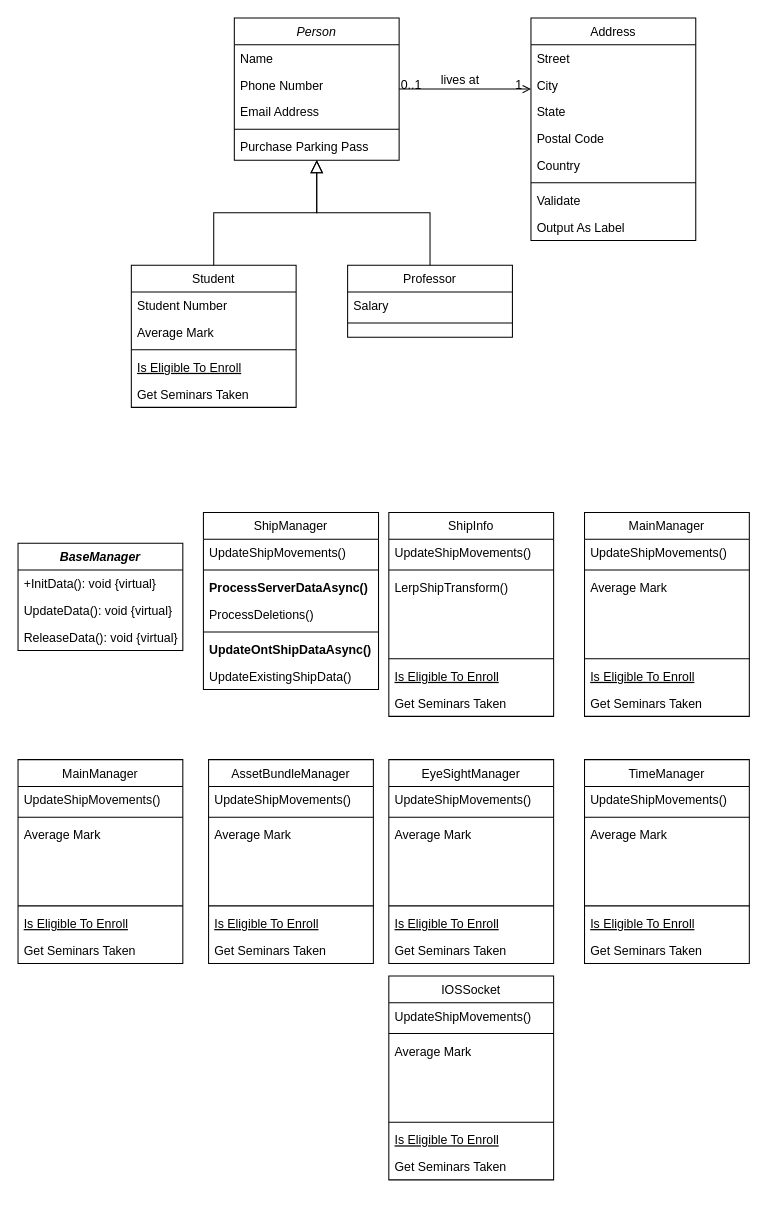
Earlier version of the draw.io diagram MM_Unity6.drawio (duckgoo9/MM-unity6-drawio). Source tidied: cells renumbered, new cells numbered last; positions are measured from the earlier drawing's top-left corner, leaving out a move shared by most shapes. Both pictures are drawn from the tidied source at 103%, with x=0, y=0 at pixel (18, 18).
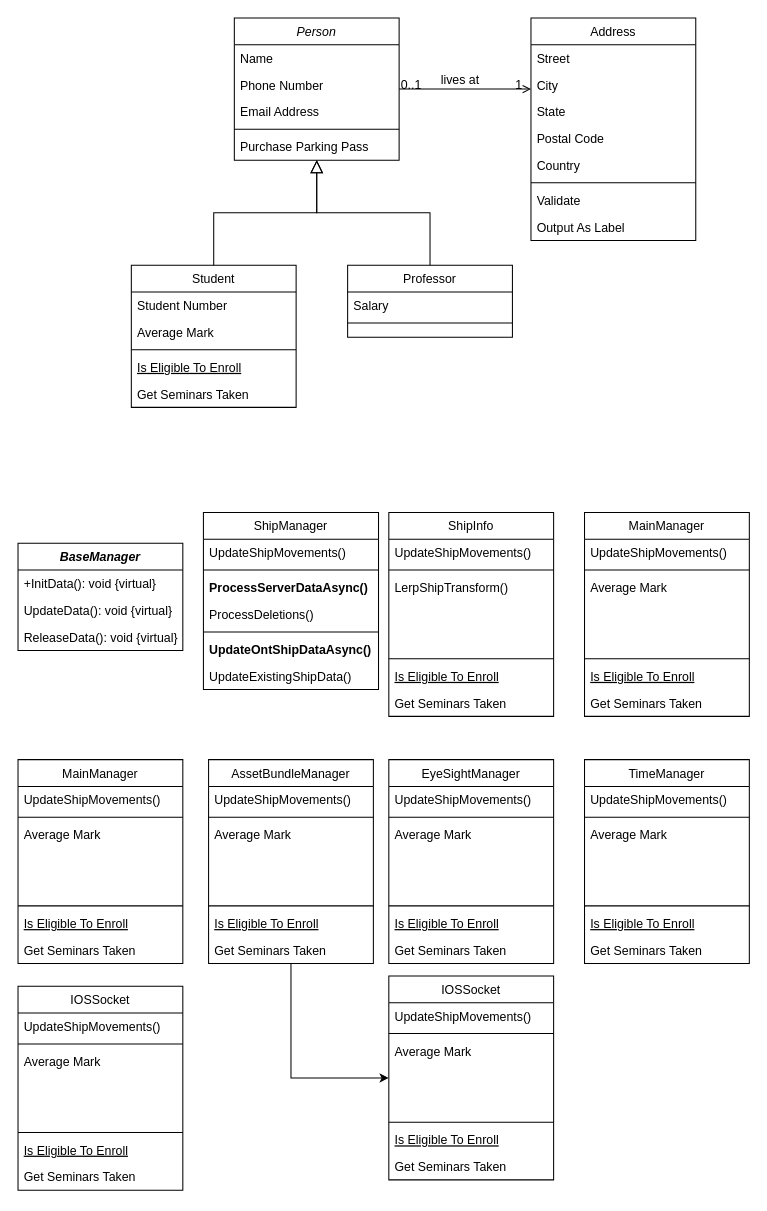
The same page after the edit.

The change refers to these unchanged cells:
```xml
<mxCell id="71" value="AssetBundleManager" style="swimlane;fontStyle=0;align=center;verticalAlign=top;horizontal=1;startSize=26;rounded=0;shadow=0;strokeWidth=1;" parent="1" vertex="1">
  <mxGeometry x="185" y="720" width="160" height="198" as="geometry" />
</mxCell>
<mxCell id="102" style="text;align=left;verticalAlign=top;spacingLeft=4;spacingRight=4;overflow=hidden;points=[[0,0.5],[1,0.5]];portConstraint=eastwest;rounded=0;shadow=0;html=0;" parent="98" vertex="1">
  <mxGeometry y="86" width="160" height="26" as="geometry" />
</mxCell>
```

The edit, as a diff of the source:
```diff
@@
+    <mxCell id="107" style="edgeStyle=orthogonalEdgeStyle;rounded=0;jettySize=auto;html=1;entryX=0;entryY=0.5;entryDx=0;entryDy=0;" parent="1" edge="1" source="71" target="102">
+      <mxGeometry relative="1" as="geometry" />
+    </mxCell>
@@
+    <mxCell id="108" value="IOSSocket" style="swimlane;fontStyle=0;align=center;verticalAlign=top;horizontal=1;startSize=26;rounded=0;shadow=0;strokeWidth=1;" parent="1" vertex="1">
+      <mxGeometry y="940" width="160" height="198" as="geometry" />
+    </mxCell>
+    <mxCell id="109" value="UpdateShipMovements()" style="text;align=left;verticalAlign=top;spacingLeft=4;spacingRight=4;overflow=hidden;" parent="108" vertex="1">
+      <mxGeometry y="26" width="160" height="26" as="geometry" />
+    </mxCell>
+    <mxCell id="110" style="line;html=1;strokeWidth=1;align=left;verticalAlign=middle;spacingTop=-1;spacingLeft=3;spacingRight=3;labelPosition=right;" parent="108" vertex="1">
+      <mxGeometry y="52" width="160" height="8" as="geometry" />
+    </mxCell>
+    <mxCell id="111" value="Average Mark" style="text;align=left;verticalAlign=top;spacingLeft=4;spacingRight=4;overflow=hidden;rounded=0;shadow=0;html=0;" parent="108" vertex="1">
+      <mxGeometry y="60" width="160" height="26" as="geometry" />
+    </mxCell>
+    <mxCell id="112" style="text;align=left;verticalAlign=top;spacingLeft=4;spacingRight=4;overflow=hidden;rounded=0;shadow=0;html=0;" parent="108" vertex="1">
+      <mxGeometry y="86" width="160" height="26" as="geometry" />
+    </mxCell>
+    <mxCell id="113" style="text;align=left;verticalAlign=top;spacingLeft=4;spacingRight=4;overflow=hidden;rounded=0;shadow=0;html=0;" parent="108" vertex="1">
+      <mxGeometry y="112" width="160" height="26" as="geometry" />
+    </mxCell>
+    <mxCell id="114" style="line;html=1;strokeWidth=1;align=left;verticalAlign=middle;spacingTop=-1;spacingLeft=3;spacingRight=3;labelPosition=right;" parent="108" vertex="1">
+      <mxGeometry y="138" width="160" height="8" as="geometry" />
+    </mxCell>
+    <mxCell id="115" value="Is Eligible To Enroll" style="text;align=left;verticalAlign=top;spacingLeft=4;spacingRight=4;overflow=hidden;fontStyle=4;" parent="108" vertex="1">
+      <mxGeometry y="146" width="160" height="26" as="geometry" />
+    </mxCell>
+    <mxCell id="116" value="Get Seminars Taken" style="text;align=left;verticalAlign=top;spacingLeft=4;spacingRight=4;overflow=hidden;" parent="108" vertex="1">
+      <mxGeometry y="172" width="160" height="26" as="geometry" />
+    </mxCell>
```
